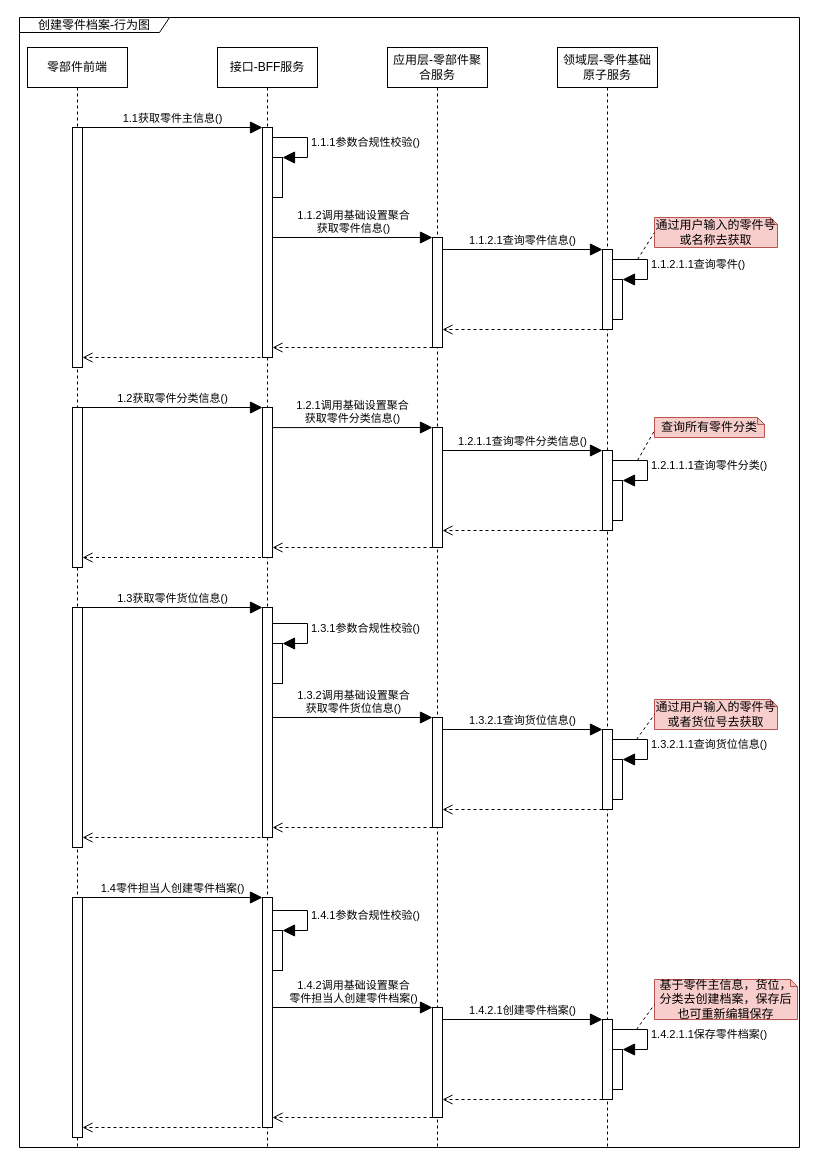
This is page "创建-行为图" (2 of 5) of 库存管理-零件档案管理.drawio from 1132489442/gitRepository1, a draw.io file, before an edit. Source tidied: cells renumbered, new cells numbered last; positions are measured from the earlier drawing's top-left corner, leaving out a move shared by most shapes. Both pictures are drawn from the tidied source at 100%, with x=0, y=0 at pixel (19, 17).
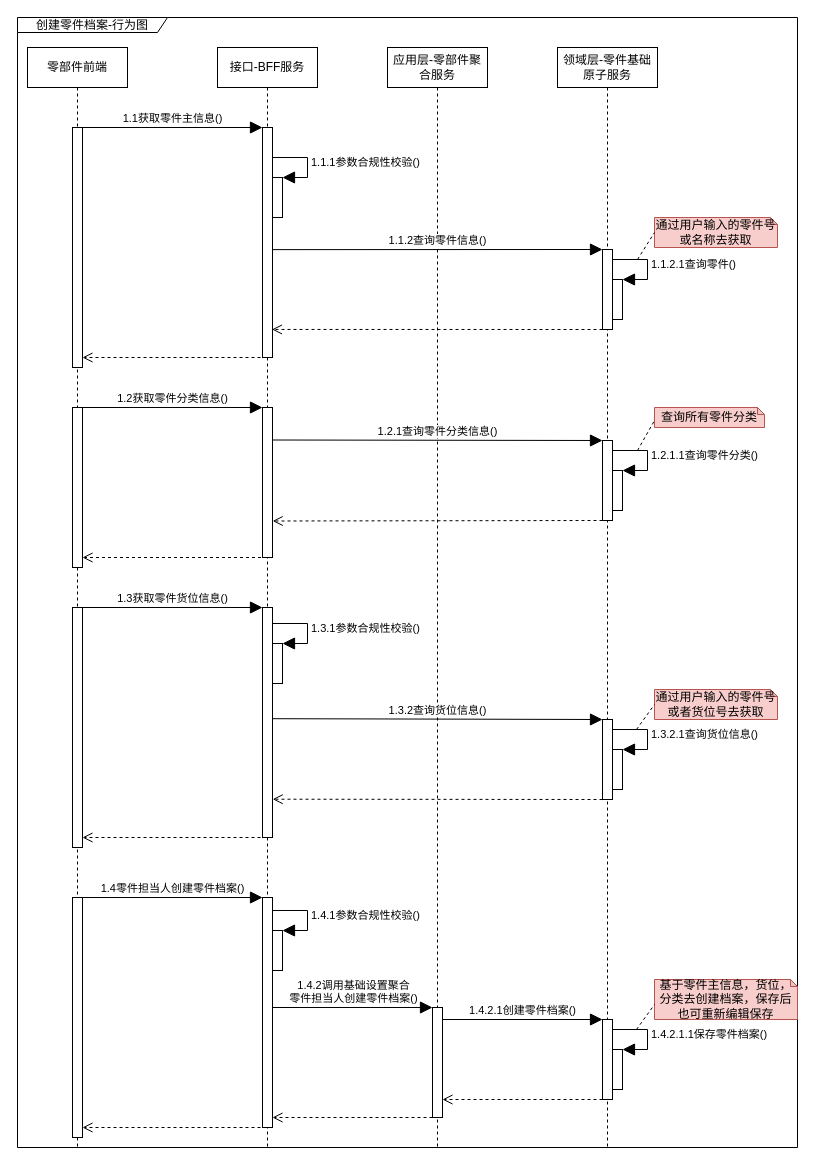
After the change.

The change refers to these unchanged cells:
```xml
<mxCell id="5" style="html=1;points=[];perimeter=orthogonalPerimeter;fillColor=#FFFFFF;" parent="4" vertex="1">
  <mxGeometry x="45" y="80" width="10" height="230" as="geometry" />
</mxCell>
<mxCell id="8" value="领域层-零件基础原子服务" style="shape=umlLifeline;perimeter=lifelinePerimeter;whiteSpace=wrap;html=1;fillColor=#FFFFFF;" parent="1" vertex="1">
  <mxGeometry x="538" y="30" width="100" height="1100" as="geometry" />
</mxCell>
<mxCell id="9" style="html=1;points=[];perimeter=orthogonalPerimeter;fillColor=#FFFFFF;" parent="8" vertex="1">
  <mxGeometry x="45" y="202" width="10" height="80" as="geometry" />
</mxCell>
<mxCell id="10" style="html=1;points=[];perimeter=orthogonalPerimeter;fillColor=#FFFFFF;" parent="8" vertex="1">
  <mxGeometry x="55" y="232" width="10" height="40" as="geometry" />
</mxCell>
<mxCell id="12" value="应用层-零部件聚合服务" style="shape=umlLifeline;perimeter=lifelinePerimeter;whiteSpace=wrap;html=1;fillColor=#FFFFFF;" parent="1" vertex="1">
  <mxGeometry x="368" y="30" width="100" height="1100" as="geometry" />
</mxCell>
<mxCell id="23" style="html=1;points=[];perimeter=orthogonalPerimeter;fillColor=#FFFFFF;" parent="1" vertex="1">
  <mxGeometry x="243" y="390" width="10" height="150" as="geometry" />
</mxCell>
```

The edit, as a diff of the source:
```diff
@@
     <mxCell id="7" value="创建零件档案-行为图" style="shape=umlFrame;whiteSpace=wrap;html=1;fillColor=#FFFFFF;width=150;height=15;" parent="1" vertex="1">
-      <mxGeometry width="780" height="1130" as="geometry" />
+      <mxGeometry x="-2" width="780" height="1130" as="geometry" />
     </mxCell>
@@
-    <mxCell id="11" value="1.1.2.1.1查询零件()" style="edgeStyle=orthogonalEdgeStyle;html=1;align=left;spacingLeft=2;endArrow=block;rounded=0;entryX=1;entryY=0;endSize=10;exitX=0.987;exitY=0.125;exitDx=0;exitDy=0;exitPerimeter=0;" parent="8" edge="1" source="9" target="10">
+    <mxCell id="11" value="1.1.2.1查询零件()" style="edgeStyle=orthogonalEdgeStyle;html=1;align=left;spacingLeft=2;endArrow=block;rounded=0;entryX=1;entryY=0;endSize=10;exitX=0.987;exitY=0.125;exitDx=0;exitDy=0;exitPerimeter=0;" parent="8" edge="1" source="9" target="10">
       <mxGeometry relative="1" as="geometry">
         <Array as="points">
           <mxPoint x="90" y="212" />
           <mxPoint x="90" y="232" />
         </Array>
       </mxGeometry>
     </mxCell>
@@
-    <mxCell id="13" style="html=1;perimeter=orthogonalPerimeter;fillColor=#FFFFFF;" parent="12" vertex="1">
-      <mxGeometry x="45" y="190" width="10" height="110" as="geometry" />
-    </mxCell>
-    <mxCell id="14" value="1.1.2调用基础设置聚合&lt;br&gt;获取零件信息()" style="html=1;verticalAlign=bottom;endArrow=block;rounded=0;endSize=10;exitX=1.046;exitY=0.087;exitDx=0;exitDy=0;exitPerimeter=0;" parent="12" edge="1">
-      <mxGeometry relative="1" as="geometry">
-        <mxPoint x="-114.5" y="190" as="sourcePoint" />
-        <mxPoint x="45" y="190" as="targetPoint" />
-      </mxGeometry>
-    </mxCell>
     <mxCell id="15" style="html=1;points=[];perimeter=orthogonalPerimeter;fillColor=#FFFFFF;" parent="12" vertex="1">
-      <mxGeometry x="-115" y="110" width="10" height="40" as="geometry" />
+      <mxGeometry x="-115" y="130" width="10" height="40" as="geometry" />
     </mxCell>
     <mxCell id="16" value="1.1.1参数合规性校验()" style="edgeStyle=orthogonalEdgeStyle;html=1;align=left;spacingLeft=2;endArrow=block;rounded=0;entryX=1;entryY=0;endSize=10;exitX=1.041;exitY=0.1;exitDx=0;exitDy=0;exitPerimeter=0;" parent="12" edge="1" target="15">
       <mxGeometry relative="1" as="geometry">
-        <mxPoint x="-114.6" y="90" as="sourcePoint" />
+        <mxPoint x="-114.6" y="110" as="sourcePoint" />
         <Array as="points">
-          <mxPoint x="-80" y="90" />
           <mxPoint x="-80" y="110" />
+          <mxPoint x="-80" y="130" />
         </Array>
       </mxGeometry>
     </mxCell>
@@
-    <mxCell id="18" value="1.1.2.1查询零件信息()" style="html=1;verticalAlign=bottom;endArrow=block;entryX=0;entryY=0;rounded=0;endSize=10;" parent="1" edge="1" target="9">
-      <mxGeometry relative="1" as="geometry">
-        <mxPoint x="423" y="232" as="sourcePoint" />
-      </mxGeometry>
+    <mxCell id="18" value="1.1.2查询零件信息()" style="html=1;verticalAlign=bottom;endArrow=block;entryX=0;entryY=0;rounded=0;endSize=10;exitX=1.025;exitY=0.531;exitDx=0;exitDy=0;exitPerimeter=0;" parent="1" edge="1" source="5" target="9">
+      <mxGeometry relative="1" as="geometry" />
     </mxCell>
-    <mxCell id="19" style="html=1;verticalAlign=bottom;endArrow=open;dashed=1;endSize=8;exitX=0;exitY=0.95;rounded=0;" parent="1" edge="1">
+    <mxCell id="19" style="html=1;verticalAlign=bottom;endArrow=open;dashed=1;endSize=8;exitX=0;exitY=0.95;rounded=0;entryX=0.948;entryY=0.878;entryDx=0;entryDy=0;entryPerimeter=0;" parent="1" edge="1" target="5">
       <mxGeometry relative="1" as="geometry">
         <mxPoint x="583" y="312" as="sourcePoint" />
-        <mxPoint x="423" y="312" as="targetPoint" />
       </mxGeometry>
     </mxCell>
-    <mxCell id="20" style="html=1;verticalAlign=bottom;endArrow=open;dashed=1;endSize=8;exitX=0;exitY=0.95;rounded=0;" parent="1" edge="1">
-      <mxGeometry relative="1" as="geometry">
-        <mxPoint x="413" y="330" as="sourcePoint" />
-        <mxPoint x="253" y="330" as="targetPoint" />
-      </mxGeometry>
-    </mxCell>
@@
     <mxCell id="25" style="html=1;points=[];perimeter=orthogonalPerimeter;fillColor=#FFFFFF;" parent="1" vertex="1">
-      <mxGeometry x="583" y="433" width="10" height="80" as="geometry" />
+      <mxGeometry x="583" y="423" width="10" height="80" as="geometry" />
     </mxCell>
     <mxCell id="26" style="html=1;points=[];perimeter=orthogonalPerimeter;fillColor=#FFFFFF;" parent="1" vertex="1">
-      <mxGeometry x="593" y="463" width="10" height="40" as="geometry" />
+      <mxGeometry x="593" y="453" width="10" height="40" as="geometry" />
     </mxCell>
-    <mxCell id="27" value="1.2.1.1.1查询零件分类()" style="edgeStyle=orthogonalEdgeStyle;html=1;align=left;spacingLeft=2;endArrow=block;rounded=0;entryX=1;entryY=0;endSize=10;exitX=0.987;exitY=0.125;exitDx=0;exitDy=0;exitPerimeter=0;" parent="1" edge="1" source="25" target="26">
+    <mxCell id="27" value="1.2.1.1查询零件分类()" style="edgeStyle=orthogonalEdgeStyle;html=1;align=left;spacingLeft=2;endArrow=block;rounded=0;entryX=1;entryY=0;endSize=10;exitX=0.987;exitY=0.125;exitDx=0;exitDy=0;exitPerimeter=0;" parent="1" edge="1" source="25" target="26">
       <mxGeometry relative="1" as="geometry">
         <Array as="points">
-          <mxPoint x="628" y="443" />
-          <mxPoint x="628" y="463" />
+          <mxPoint x="628" y="433" />
+          <mxPoint x="628" y="453" />
         </Array>
       </mxGeometry>
     </mxCell>
-    <mxCell id="28" style="html=1;perimeter=orthogonalPerimeter;fillColor=#FFFFFF;" parent="1" vertex="1">
-      <mxGeometry x="413" y="410" width="10" height="120" as="geometry" />
-    </mxCell>
-    <mxCell id="29" value="1.2.1调用基础设置聚合&lt;br&gt;获取零件分类信息()" style="html=1;verticalAlign=bottom;endArrow=block;rounded=0;endSize=10;exitX=0.995;exitY=0.134;exitDx=0;exitDy=0;exitPerimeter=0;" parent="1" edge="1" source="23">
-      <mxGeometry relative="1" as="geometry">
-        <mxPoint x="413" y="410" as="targetPoint" />
-      </mxGeometry>
-    </mxCell>
@@
-    <mxCell id="31" value="1.2.1.1查询零件分类信息()" style="html=1;verticalAlign=bottom;endArrow=block;entryX=0;entryY=0;rounded=0;endSize=10;" parent="1" edge="1" target="25">
+    <mxCell id="31" value="1.2.1查询零件分类信息()" style="html=1;verticalAlign=bottom;endArrow=block;entryX=0;entryY=0;rounded=0;endSize=10;exitX=0.956;exitY=0.283;exitDx=0;exitDy=0;exitPerimeter=0;" parent="1" edge="1" target="25">
       <mxGeometry relative="1" as="geometry">
-        <mxPoint x="423" y="433" as="sourcePoint" />
+        <mxPoint x="252.6" y="422.5" as="sourcePoint" />
       </mxGeometry>
     </mxCell>
-    <mxCell id="32" style="html=1;verticalAlign=bottom;endArrow=open;dashed=1;endSize=8;exitX=0;exitY=0.95;rounded=0;" parent="1" edge="1">
+    <mxCell id="32" style="html=1;verticalAlign=bottom;endArrow=open;dashed=1;endSize=8;exitX=0;exitY=0.95;rounded=0;entryX=1.015;entryY=0.823;entryDx=0;entryDy=0;entryPerimeter=0;" parent="1" edge="1">
       <mxGeometry relative="1" as="geometry">
-        <mxPoint x="583" y="513" as="sourcePoint" />
-        <mxPoint x="423" y="513" as="targetPoint" />
+        <mxPoint x="583" y="503" as="sourcePoint" />
+        <mxPoint x="253.2" y="503.5" as="targetPoint" />
       </mxGeometry>
     </mxCell>
-    <mxCell id="33" style="html=1;verticalAlign=bottom;endArrow=open;dashed=1;endSize=8;exitX=0;exitY=0.95;rounded=0;" parent="1" edge="1">
-      <mxGeometry relative="1" as="geometry">
-        <mxPoint x="413" y="530" as="sourcePoint" />
-        <mxPoint x="253" y="530" as="targetPoint" />
-      </mxGeometry>
-    </mxCell>
@@
     <mxCell id="37" style="html=1;points=[];perimeter=orthogonalPerimeter;fillColor=#FFFFFF;" parent="1" vertex="1">
-      <mxGeometry x="583" y="712" width="10" height="80" as="geometry" />
+      <mxGeometry x="583" y="702" width="10" height="80" as="geometry" />
     </mxCell>
     <mxCell id="38" style="html=1;points=[];perimeter=orthogonalPerimeter;fillColor=#FFFFFF;" parent="1" vertex="1">
-      <mxGeometry x="593" y="742" width="10" height="40" as="geometry" />
+      <mxGeometry x="593" y="732" width="10" height="40" as="geometry" />
     </mxCell>
-    <mxCell id="39" value="1.3.2.1.1查询货位信息()" style="edgeStyle=orthogonalEdgeStyle;html=1;align=left;spacingLeft=2;endArrow=block;rounded=0;entryX=1;entryY=0;endSize=10;exitX=0.987;exitY=0.125;exitDx=0;exitDy=0;exitPerimeter=0;" parent="1" edge="1" source="37" target="38">
+    <mxCell id="39" value="1.3.2.1查询货位信息()" style="edgeStyle=orthogonalEdgeStyle;html=1;align=left;spacingLeft=2;endArrow=block;rounded=0;entryX=1;entryY=0;endSize=10;exitX=0.987;exitY=0.125;exitDx=0;exitDy=0;exitPerimeter=0;" parent="1" edge="1" source="37" target="38">
       <mxGeometry relative="1" as="geometry">
         <Array as="points">
-          <mxPoint x="628" y="722" />
-          <mxPoint x="628" y="742" />
+          <mxPoint x="628" y="712" />
+          <mxPoint x="628" y="732" />
         </Array>
       </mxGeometry>
     </mxCell>
-    <mxCell id="40" style="html=1;perimeter=orthogonalPerimeter;fillColor=#FFFFFF;" parent="1" vertex="1">
-      <mxGeometry x="413" y="700" width="10" height="110" as="geometry" />
-    </mxCell>
-    <mxCell id="41" value="1.3.2调用基础设置聚合&lt;br&gt;获取零件货位信息()" style="html=1;verticalAlign=bottom;endArrow=block;rounded=0;endSize=10;exitX=1.046;exitY=0.087;exitDx=0;exitDy=0;exitPerimeter=0;" parent="1" edge="1">
-      <mxGeometry relative="1" as="geometry">
-        <mxPoint x="253.5" y="700" as="sourcePoint" />
-        <mxPoint x="413" y="700" as="targetPoint" />
-      </mxGeometry>
-    </mxCell>
@@
-    <mxCell id="45" value="1.3.2.1查询货位信息()" style="html=1;verticalAlign=bottom;endArrow=block;entryX=0;entryY=0;rounded=0;endSize=10;" parent="1" edge="1" target="37">
+    <mxCell id="45" value="1.3.2查询货位信息()" style="html=1;verticalAlign=bottom;endArrow=block;entryX=0;entryY=0;rounded=0;endSize=10;exitX=0.959;exitY=0.527;exitDx=0;exitDy=0;exitPerimeter=0;" parent="1" edge="1" target="37">
       <mxGeometry relative="1" as="geometry">
-        <mxPoint x="423" y="712" as="sourcePoint" />
+        <mxPoint x="252.6" y="701.2" as="sourcePoint" />
       </mxGeometry>
     </mxCell>
-    <mxCell id="46" style="html=1;verticalAlign=bottom;endArrow=open;dashed=1;endSize=8;exitX=0;exitY=0.95;rounded=0;" parent="1" edge="1">
+    <mxCell id="46" style="html=1;verticalAlign=bottom;endArrow=open;dashed=1;endSize=8;exitX=0;exitY=0.95;rounded=0;entryX=1.02;entryY=0.877;entryDx=0;entryDy=0;entryPerimeter=0;" parent="1" edge="1">
       <mxGeometry relative="1" as="geometry">
-        <mxPoint x="583" y="792" as="sourcePoint" />
-        <mxPoint x="423" y="792" as="targetPoint" />
+        <mxPoint x="583" y="782" as="sourcePoint" />
+        <mxPoint x="253.2" y="781.7" as="targetPoint" />
       </mxGeometry>
     </mxCell>
-    <mxCell id="47" style="html=1;verticalAlign=bottom;endArrow=open;dashed=1;endSize=8;exitX=0;exitY=0.95;rounded=0;" parent="1" edge="1">
-      <mxGeometry relative="1" as="geometry">
-        <mxPoint x="413" y="810" as="sourcePoint" />
-        <mxPoint x="253" y="810" as="targetPoint" />
-      </mxGeometry>
-    </mxCell>
     <mxCell id="48" value="通过用户输入的零件号或者货位号去获取" style="shape=note;whiteSpace=wrap;html=1;backgroundOutline=1;darkOpacity=0.05;fillColor=#f8cecc;size=7;strokeColor=#b85450;" parent="1" vertex="1">
-      <mxGeometry x="635" y="682" width="123" height="30" as="geometry" />
+      <mxGeometry x="635" y="672" width="123" height="30" as="geometry" />
     </mxCell>
@@
     <mxCell id="63" value="查询所有零件分类" style="shape=note;whiteSpace=wrap;html=1;backgroundOutline=1;darkOpacity=0.05;fillColor=#f8cecc;size=7;strokeColor=#b85450;" parent="1" vertex="1">
-      <mxGeometry x="635" y="400" width="110" height="20" as="geometry" />
+      <mxGeometry x="635" y="390" width="110" height="20" as="geometry" />
     </mxCell>
     <mxCell id="64" style="endArrow=none;dashed=1;html=1;rounded=0;endSize=10;entryX=0;entryY=0.5;entryDx=0;entryDy=0;entryPerimeter=0;" parent="1" edge="1">
       <mxGeometry relative="1" as="geometry">
-        <mxPoint x="618" y="443" as="sourcePoint" />
-        <mxPoint x="635" y="413" as="targetPoint" />
+        <mxPoint x="618" y="433" as="sourcePoint" />
+        <mxPoint x="635" y="403" as="targetPoint" />
       </mxGeometry>
     </mxCell>
@@
     <mxCell id="66" style="endArrow=none;dashed=1;html=1;rounded=0;endSize=10;entryX=0;entryY=0.5;entryDx=0;entryDy=0;entryPerimeter=0;" parent="1" edge="1" target="48">
       <mxGeometry relative="1" as="geometry">
-        <mxPoint x="617" y="722" as="sourcePoint" />
+        <mxPoint x="617" y="712" as="sourcePoint" />
       </mxGeometry>
     </mxCell>
```
